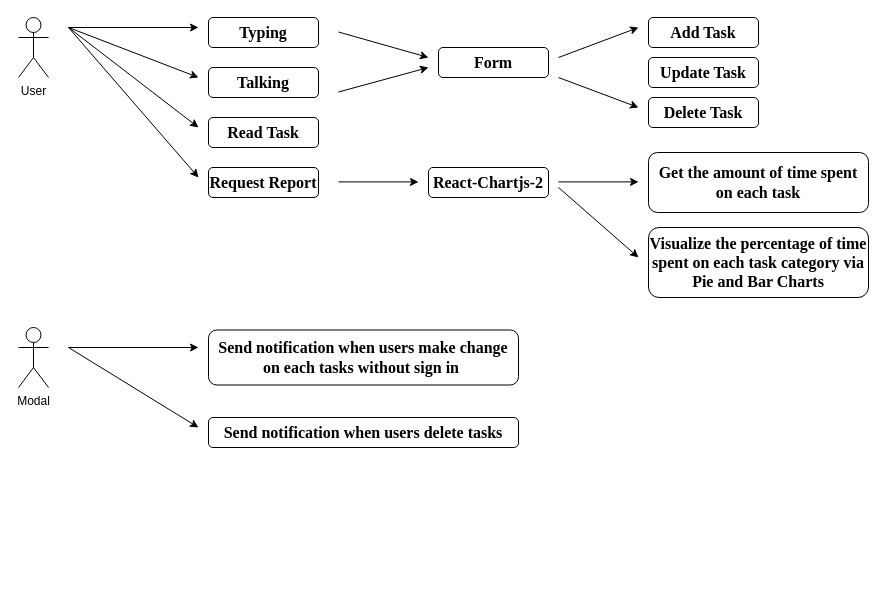
The draw.io diagram images/User Interface/update user case.drawio in ViNguyen3747/Voice-Powered-Self-Productivity, before the edit. Source tidied: cells renumbered, new cells numbered last; positions are measured from the earlier drawing's top-left corner, leaving out a move shared by most shapes. Both pictures are drawn from the tidied source at 100%, with x=0, y=0 at pixel (18, 17).
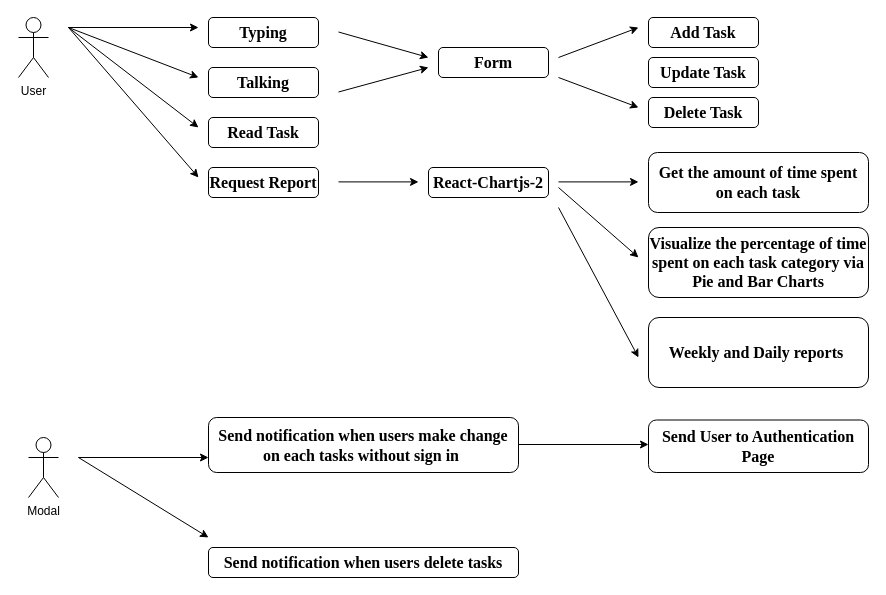
The same diagram, later.

The edit, as a diff of the source:
```diff
@@
     <mxCell id="20" value="Modal&lt;br&gt;" style="shape=umlActor;verticalLabelPosition=bottom;verticalAlign=top;html=1;" parent="1" vertex="1">
-      <mxGeometry y="310" width="30" height="60" as="geometry" />
+      <mxGeometry x="10" y="420" width="30" height="60" as="geometry" />
     </mxCell>
@@
     <mxCell id="26" style="endArrow=classic;html=1;rounded=0;" parent="1" edge="1">
       <mxGeometry relative="1" as="geometry">
-        <mxPoint x="50" y="330" as="sourcePoint" />
-        <mxPoint x="180" y="330" as="targetPoint" />
+        <mxPoint x="60" y="440" as="sourcePoint" />
+        <mxPoint x="190" y="440" as="targetPoint" />
       </mxGeometry>
     </mxCell>
     <mxCell id="27" value="&lt;b&gt;&lt;font style=&quot;font-size: 16px&quot;&gt;Send notification when users make change on each tasks without sign in&amp;nbsp;&lt;/font&gt;&lt;/b&gt;" style="rounded=1;whiteSpace=wrap;html=1;fontFamily=Times New Roman;align=center;" parent="1" vertex="1">
-      <mxGeometry x="190" y="312.5" width="310" height="55" as="geometry" />
+      <mxGeometry x="190" y="400" width="310" height="55" as="geometry" />
     </mxCell>
     <mxCell id="28" value="&lt;b&gt;&lt;font style=&quot;font-size: 16px&quot;&gt;Send notification when users delete tasks&lt;/font&gt;&lt;/b&gt;" style="rounded=1;whiteSpace=wrap;html=1;fontFamily=Times New Roman;align=center;" parent="1" vertex="1">
-      <mxGeometry x="190" y="400" width="310" height="30" as="geometry" />
+      <mxGeometry x="190" y="530" width="310" height="30" as="geometry" />
     </mxCell>
     <mxCell id="29" style="endArrow=classic;html=1;rounded=0;" parent="1" edge="1">
       <mxGeometry relative="1" as="geometry">
-        <mxPoint x="50" y="330" as="sourcePoint" />
-        <mxPoint x="180" y="410" as="targetPoint" />
+        <mxPoint x="60" y="440" as="sourcePoint" />
+        <mxPoint x="190" y="520" as="targetPoint" />
       </mxGeometry>
     </mxCell>
+    <mxCell id="30" value="&lt;b&gt;&lt;font style=&quot;font-size: 16px&quot;&gt;Weekly and Daily reports&amp;nbsp;&lt;/font&gt;&lt;/b&gt;" style="rounded=1;whiteSpace=wrap;html=1;fontFamily=Times New Roman;align=center;" parent="1" vertex="1">
+      <mxGeometry x="630" y="300" width="220" height="70" as="geometry" />
+    </mxCell>
+    <mxCell id="31" style="endArrow=classic;html=1;rounded=0;" parent="1" edge="1">
+      <mxGeometry relative="1" as="geometry">
+        <mxPoint x="540" y="190" as="sourcePoint" />
+        <mxPoint x="620" y="340" as="targetPoint" />
+      </mxGeometry>
+    </mxCell>
+    <mxCell id="32" value="&lt;b&gt;&lt;font style=&quot;font-size: 16px&quot;&gt;Send User to Authentication Page&lt;/font&gt;&lt;/b&gt;" style="rounded=1;whiteSpace=wrap;html=1;fontFamily=Times New Roman;align=center;" parent="1" vertex="1">
+      <mxGeometry x="630" y="402.5" width="220" height="52.5" as="geometry" />
+    </mxCell>
+    <mxCell id="33" style="endArrow=classic;html=1;rounded=0;" parent="1" edge="1">
+      <mxGeometry relative="1" as="geometry">
+        <mxPoint x="500" y="427" as="sourcePoint" />
+        <mxPoint x="630" y="427" as="targetPoint" />
+      </mxGeometry>
+    </mxCell>
```
